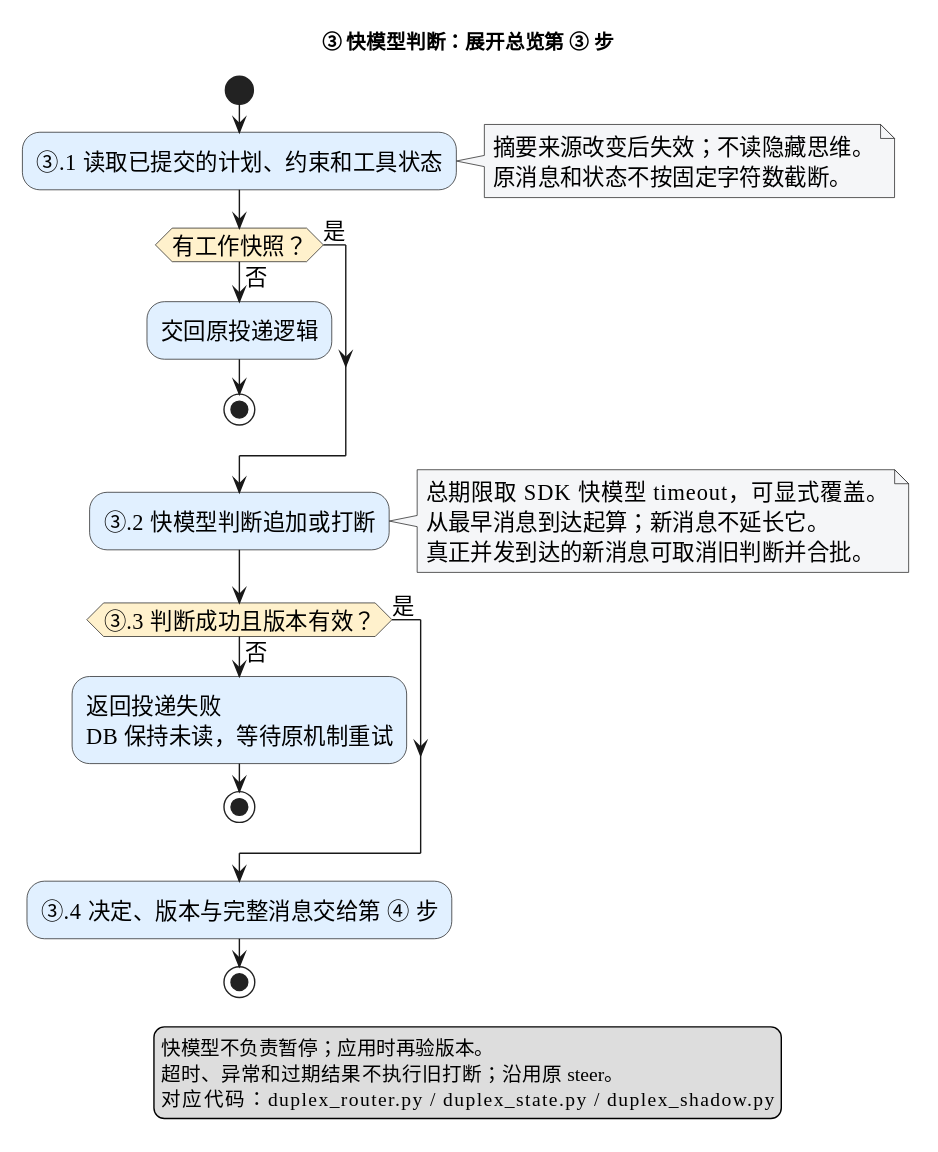
Earlier version of the PlantUML export docs/diagrams/duplex-detail-03-decision.svg (zuiho-kai/jiuwenswarm).
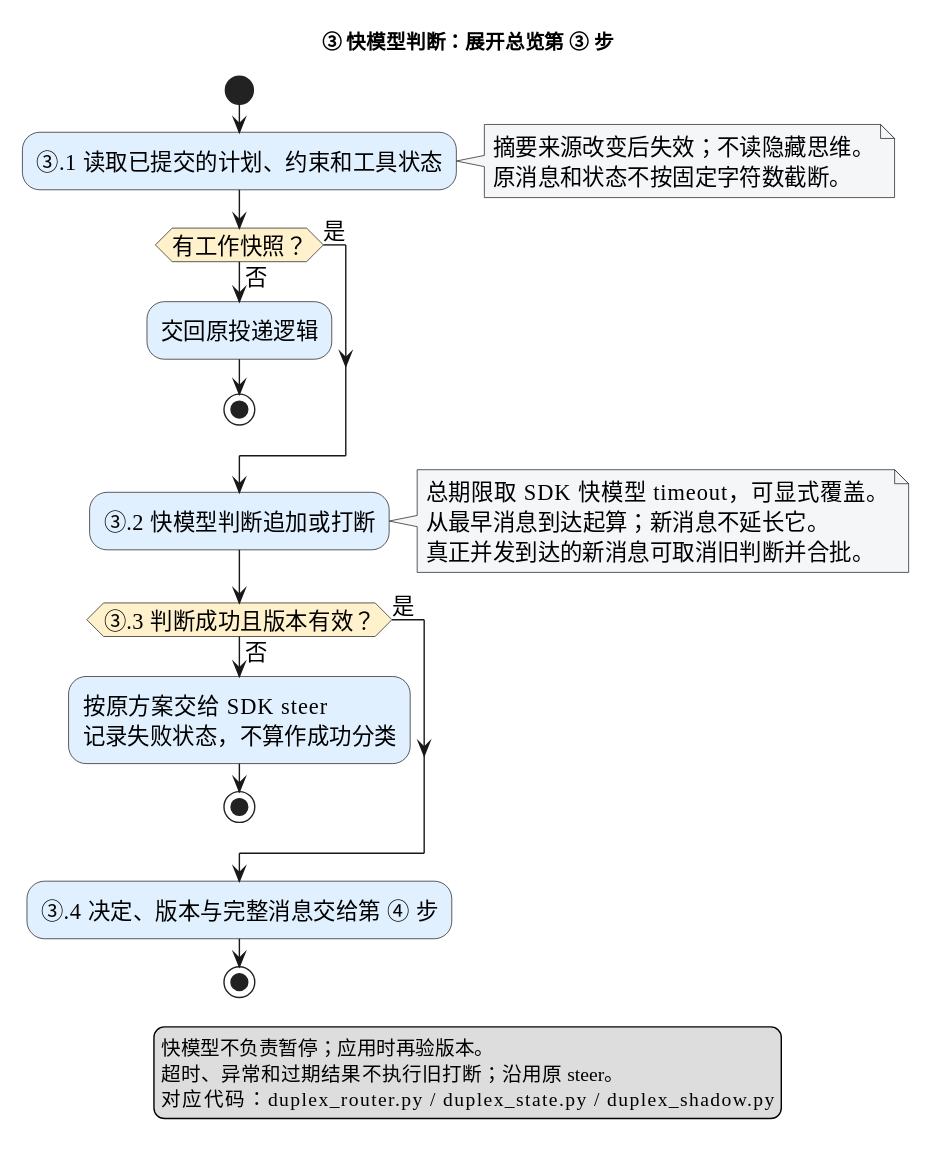
Later version of the same file.

Commit message:
docs(duplex): align intake diagrams and record final regression

What changed in the source:
```diff
@@ -24,8 +24,8 @@
   真正并发到达的新消息可取消旧判断并合批。
 end note
 if (③.3 判断成功且版本有效？) then (否)
-  :返回投递失败
-DB 保持未读，等待原机制重试;
+  :按原方案交给 SDK steer
+记录失败状态，不算作成功分类;
   stop
 else (是)
 endif
```
